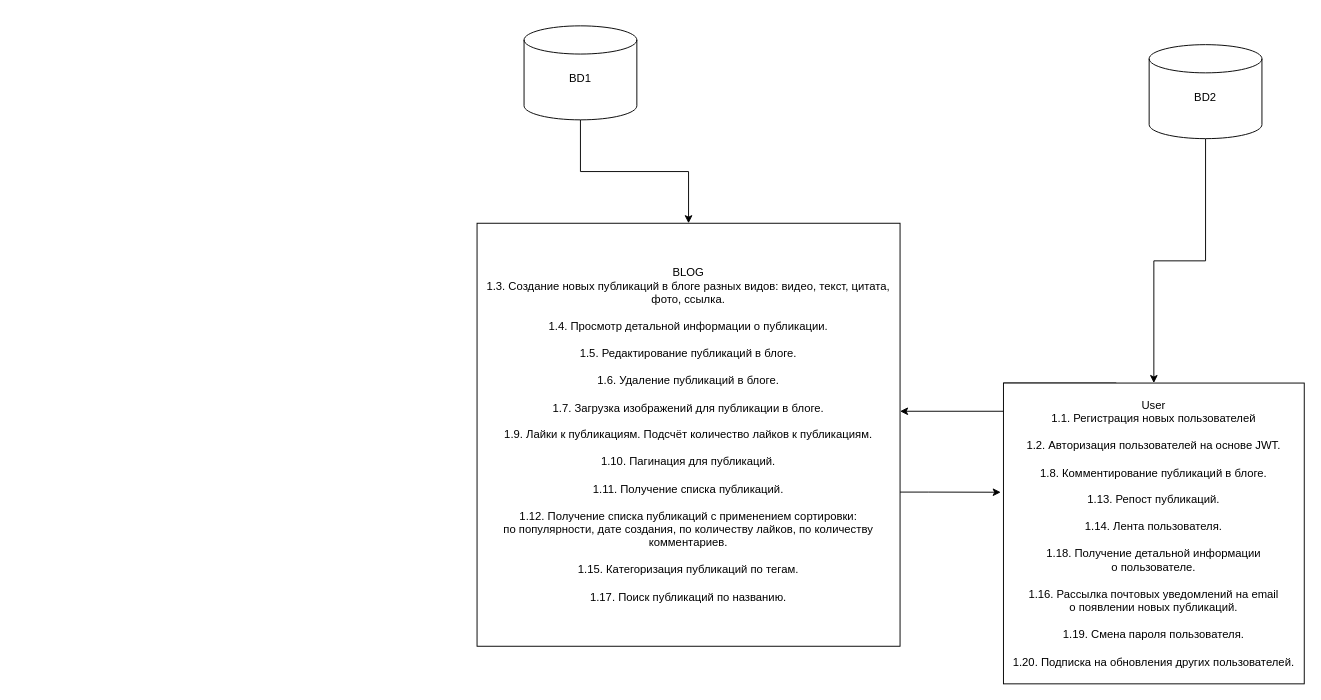
Above: specification.drawio in htmlacademy-nestjs/2041303-readme-2 (draw.io), before the change. Source tidied: cells renumbered, new cells numbered last; positions are measured from the earlier drawing's top-left corner, leaving out a move shared by most shapes. Both pictures are drawn from the tidied source at 94%, with x=0, y=0 at pixel (477, 25).
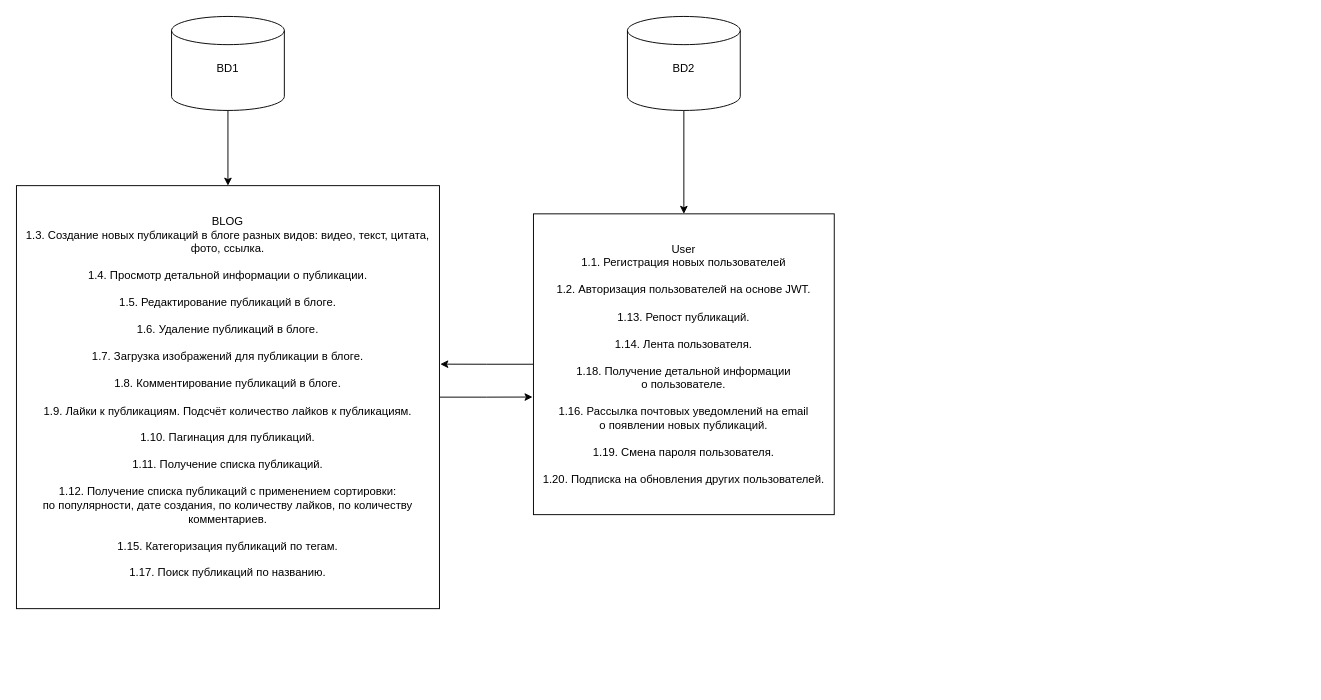
Above is the later version.

Change to the diagram source:
```diff
@@
 <mxGraphModel>
   <root>
     <mxCell id="0" />
     <mxCell id="1" parent="0" />
-    <mxCell id="2" style="edgeStyle=orthogonalEdgeStyle;rounded=0;jettySize=auto;html=1;exitX=0;exitY=0;exitDx=0;exitDy=0;" parent="1" edge="1" source="3" target="5">
-      <mxGeometry relative="1" as="geometry">
-        <Array as="points">
-          <mxPoint x="680" y="380" />
-          <mxPoint x="680" y="410" />
-        </Array>
-      </mxGeometry>
+    <mxCell id="2" style="edgeStyle=orthogonalEdgeStyle;rounded=0;jettySize=auto;html=1;entryX=1.002;entryY=0.422;entryDx=0;entryDy=0;entryPerimeter=0;" parent="1" edge="1" source="3" target="5">
+      <mxGeometry relative="1" as="geometry" />
     </mxCell>
-    <mxCell id="3" value="&lt;div&gt;User&lt;/div&gt;&lt;div&gt;1.1. Регистрация новых пользователей&lt;/div&gt;&lt;div&gt;&lt;br&gt;&lt;/div&gt;&lt;div&gt;1.2. Авторизация пользователей на&amp;nbsp;основе JWT.&lt;/div&gt;&lt;div&gt;&lt;br&gt;&lt;/div&gt;&lt;div&gt;1.8. Комментирование публикаций в&amp;nbsp;блоге.&lt;/div&gt;&lt;div&gt;&lt;br&gt;&lt;/div&gt;&lt;div&gt;1.13. Репост публикаций.&lt;/div&gt;&lt;div&gt;&lt;br&gt;&lt;/div&gt;&lt;div&gt;1.14. Лента пользователя.&lt;/div&gt;&lt;div&gt;&lt;br&gt;&lt;/div&gt;&lt;div&gt;1.18. Получение детальной информации о&amp;nbsp;пользователе.&lt;br&gt;&lt;br&gt;1.16. Рассылка почтовых уведомлений на&amp;nbsp;email о&amp;nbsp;появлении новых публикаций.&lt;/div&gt;&lt;div&gt;&lt;br&gt;&lt;/div&gt;&lt;div&gt;1.19. Смена пароля пользователя.&lt;br&gt;&lt;br&gt;1.20. Подписка на&amp;nbsp;обновления других пользователей.&lt;/div&gt;" style="whiteSpace=wrap;html=1;" parent="1" vertex="1">
-      <mxGeometry x="560" y="380" width="320" height="320" as="geometry" />
+    <mxCell id="3" value="&lt;div&gt;User&lt;/div&gt;&lt;div&gt;1.1. Регистрация новых пользователей&lt;/div&gt;&lt;div&gt;&lt;br&gt;&lt;/div&gt;&lt;div&gt;1.2. Авторизация пользователей на&amp;nbsp;основе JWT.&lt;/div&gt;&lt;div&gt;&lt;br&gt;&lt;/div&gt;&lt;div&gt;1.13. Репост публикаций.&lt;/div&gt;&lt;div&gt;&lt;br&gt;&lt;/div&gt;&lt;div&gt;1.14. Лента пользователя.&lt;/div&gt;&lt;div&gt;&lt;br&gt;&lt;/div&gt;&lt;div&gt;1.18. Получение детальной информации о&amp;nbsp;пользователе.&lt;br&gt;&lt;br&gt;1.16. Рассылка почтовых уведомлений на&amp;nbsp;email о&amp;nbsp;появлении новых публикаций.&lt;/div&gt;&lt;div&gt;&lt;br&gt;&lt;/div&gt;&lt;div&gt;1.19. Смена пароля пользователя.&lt;br&gt;&lt;br&gt;1.20. Подписка на&amp;nbsp;обновления других пользователей.&lt;/div&gt;" style="whiteSpace=wrap;html=1;" parent="1" vertex="1">
+      <mxGeometry x="60" y="200" width="320" height="320" as="geometry" />
     </mxCell>
-    <mxCell id="4" style="edgeStyle=orthogonalEdgeStyle;rounded=0;jettySize=auto;html=1;entryX=-0.009;entryY=0.363;entryDx=0;entryDy=0;entryPerimeter=0;" parent="1" edge="1" source="5" target="3">
-      <mxGeometry relative="1" as="geometry">
-        <Array as="points">
-          <mxPoint x="480" y="496" />
-          <mxPoint x="480" y="496" />
-        </Array>
-      </mxGeometry>
+    <mxCell id="4" style="edgeStyle=orthogonalEdgeStyle;rounded=0;jettySize=auto;html=1;entryX=-0.003;entryY=0.609;entryDx=0;entryDy=0;entryPerimeter=0;" parent="1" edge="1" source="5" target="3">
+      <mxGeometry relative="1" as="geometry" />
     </mxCell>
-    <mxCell id="5" value="&lt;div&gt;BLOG &lt;br&gt;&lt;/div&gt;&lt;div&gt;1.3. Создание новых публикаций в&amp;nbsp;блоге разных видов: видео, текст, цитата, фото, ссылка.&lt;/div&gt;&lt;br&gt;1.4. Просмотр детальной информации о&amp;nbsp;публикации.&lt;br&gt;&lt;br&gt;1.5. Редактирование публикаций в&amp;nbsp;блоге.&lt;br&gt;&lt;br&gt;1.6. Удаление публикаций в&amp;nbsp;блоге.&lt;br&gt;&lt;div&gt;&lt;br&gt;1.7. Загрузка изображений для публикации в&amp;nbsp;блоге.&lt;/div&gt;&lt;div&gt;&lt;br&gt;&lt;/div&gt;&lt;div&gt;1.9. Лайки к&amp;nbsp;публикациям. Подсчёт количество лайков к&amp;nbsp;публикациям.&lt;/div&gt;&lt;div&gt;&lt;br&gt;&lt;/div&gt;&lt;div&gt;1.10. Пагинация для публикаций.&lt;br&gt;&lt;br&gt;1.11. Получение списка публикаций.&lt;br&gt;&lt;br&gt;1.12. Получение списка публикаций с&amp;nbsp;применением сортировки: &lt;br&gt;по&amp;nbsp;популярности, дате создания, по&amp;nbsp;количеству лайков, по&amp;nbsp;количеству &lt;br&gt;комментариев.&lt;/div&gt;&lt;div&gt;&lt;br&gt;&lt;/div&gt;&lt;div&gt;1.15. Категоризация публикаций по&amp;nbsp;тегам.&lt;br&gt;&lt;br&gt;1.17. Поиск публикаций по&amp;nbsp;названию.&lt;/div&gt;" style="whiteSpace=wrap;html=1;" parent="1" vertex="1">
-      <mxGeometry y="210" width="450" height="450" as="geometry" />
+    <mxCell id="5" value="&lt;div&gt;BLOG &lt;br&gt;&lt;/div&gt;&lt;div&gt;1.3. Создание новых публикаций в&amp;nbsp;блоге разных видов: видео, текст, цитата, фото, ссылка.&lt;/div&gt;&lt;br&gt;1.4. Просмотр детальной информации о&amp;nbsp;публикации.&lt;br&gt;&lt;br&gt;1.5. Редактирование публикаций в&amp;nbsp;блоге.&lt;br&gt;&lt;br&gt;1.6. Удаление публикаций в&amp;nbsp;блоге.&lt;br&gt;&lt;div&gt;&lt;br&gt;1.7. Загрузка изображений для публикации в&amp;nbsp;блоге.&lt;/div&gt;&lt;div&gt;&lt;br&gt;&lt;/div&gt;&lt;div&gt;1.8. Комментирование публикаций в&amp;nbsp;блоге.&lt;br&gt;&lt;/div&gt;&lt;div&gt;&lt;br&gt;&lt;/div&gt;&lt;div&gt;1.9. Лайки к&amp;nbsp;публикациям. Подсчёт количество лайков к&amp;nbsp;публикациям.&lt;/div&gt;&lt;div&gt;&lt;br&gt;&lt;/div&gt;&lt;div&gt;1.10. Пагинация для публикаций.&lt;br&gt;&lt;br&gt;1.11. Получение списка публикаций.&lt;br&gt;&lt;br&gt;1.12. Получение списка публикаций с&amp;nbsp;применением сортировки: &lt;br&gt;по&amp;nbsp;популярности, дате создания, по&amp;nbsp;количеству лайков, по&amp;nbsp;количеству &lt;br&gt;комментариев.&lt;/div&gt;&lt;div&gt;&lt;br&gt;&lt;/div&gt;&lt;div&gt;1.15. Категоризация публикаций по&amp;nbsp;тегам.&lt;br&gt;&lt;br&gt;1.17. Поиск публикаций по&amp;nbsp;названию.&lt;/div&gt;" style="whiteSpace=wrap;html=1;" parent="1" vertex="1">
+      <mxGeometry x="-490" y="170" width="450" height="450" as="geometry" />
     </mxCell>
     <mxCell id="6" style="edgeStyle=orthogonalEdgeStyle;rounded=0;jettySize=auto;html=1;entryX=0.5;entryY=0;entryDx=0;entryDy=0;" parent="1" edge="1" source="7" target="5">
       <mxGeometry relative="1" as="geometry" />
     </mxCell>
     <mxCell id="7" value="&lt;div&gt;BD1&lt;/div&gt;&lt;div&gt;&lt;br&gt;&lt;/div&gt;" style="shape=cylinder3;whiteSpace=wrap;html=1;boundedLbl=1;backgroundOutline=1;size=15;" parent="1" vertex="1">
-      <mxGeometry x="50" width="120" height="100" as="geometry" />
+      <mxGeometry x="-325" y="-10" width="120" height="100" as="geometry" />
     </mxCell>
     <mxCell id="8" style="edgeStyle=orthogonalEdgeStyle;rounded=0;jettySize=auto;html=1;exitX=0.5;exitY=1;exitDx=0;exitDy=0;exitPerimeter=0;entryX=0.5;entryY=0;entryDx=0;entryDy=0;" parent="1" edge="1" source="9" target="3">
       <mxGeometry relative="1" as="geometry" />
     </mxCell>
     <mxCell id="9" value="&lt;div&gt;BD2&lt;/div&gt;&lt;div&gt;&lt;br&gt;&lt;/div&gt;" style="shape=cylinder3;whiteSpace=wrap;html=1;boundedLbl=1;backgroundOutline=1;size=15;" parent="1" vertex="1">
-      <mxGeometry x="715" y="20" width="120" height="100" as="geometry" />
+      <mxGeometry x="160" y="-10" width="120" height="100" as="geometry" />
     </mxCell>
   </root>
 </mxGraphModel>
```
